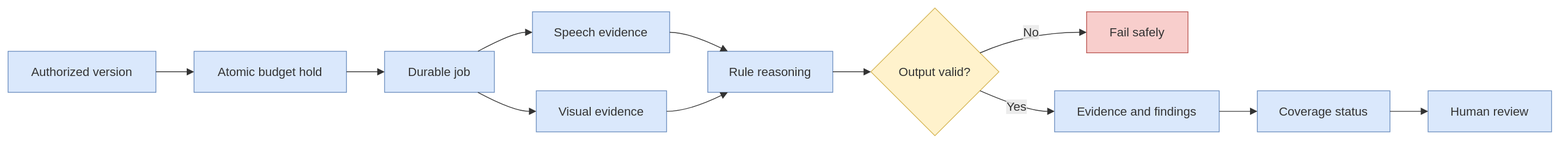
The draw.io diagram docs/diagrams/06-check-pipeline.drawio.svg in Alivestars24/Vouch, before a commit. Source tidied: cells renumbered, new cells last; positions are measured from the earlier drawing's top-left corner, leaving out a move shared by most shapes. The source it was exported from:
```xml
<mxGraphModel>
  <root>
    <mxCell id="0" />
    <mxCell id="1" parent="0" />
    <mxCell id="2" value="Authorized version" style="html=1;whiteSpace=wrap;strokeWidth=1;fillColor=#dae8fc;strokeColor=#6c8ebf;fontColor=light-dark(#333333,#cccccc);fontFamily=Trebuchet MS,Verdana,Arial,sans-serif;fontSize=16;" parent="1" vertex="1">
      <mxGeometry y="57" width="194" height="54" as="geometry" />
    </mxCell>
    <mxCell id="3" value="Atomic budget hold" style="html=1;whiteSpace=wrap;strokeWidth=1;fillColor=#dae8fc;strokeColor=#6c8ebf;fontColor=light-dark(#333333,#cccccc);fontFamily=Trebuchet MS,Verdana,Arial,sans-serif;fontSize=16;" parent="1" vertex="1">
      <mxGeometry x="244" y="57" width="200" height="54" as="geometry" />
    </mxCell>
    <mxCell id="4" value="Durable job" style="html=1;whiteSpace=wrap;strokeWidth=1;fillColor=#dae8fc;strokeColor=#6c8ebf;fontColor=light-dark(#333333,#cccccc);fontFamily=Trebuchet MS,Verdana,Arial,sans-serif;fontSize=16;" parent="1" vertex="1">
      <mxGeometry x="494" y="57" width="144" height="54" as="geometry" />
    </mxCell>
    <mxCell id="5" value="Speech evidence" style="html=1;whiteSpace=wrap;strokeWidth=1;fillColor=#dae8fc;strokeColor=#6c8ebf;fontColor=light-dark(#333333,#cccccc);fontFamily=Trebuchet MS,Verdana,Arial,sans-serif;fontSize=16;" parent="1" vertex="1">
      <mxGeometry x="688" y="5" width="180" height="54" as="geometry" />
    </mxCell>
    <mxCell id="6" value="Visual evidence" style="html=1;whiteSpace=wrap;strokeWidth=1;fillColor=#dae8fc;strokeColor=#6c8ebf;fontColor=light-dark(#333333,#cccccc);fontFamily=Trebuchet MS,Verdana,Arial,sans-serif;fontSize=16;" parent="1" vertex="1">
      <mxGeometry x="693" y="109" width="171" height="54" as="geometry" />
    </mxCell>
    <mxCell id="7" value="Rule reasoning" style="html=1;whiteSpace=wrap;strokeWidth=1;fillColor=#dae8fc;strokeColor=#6c8ebf;fontColor=light-dark(#333333,#cccccc);fontFamily=Trebuchet MS,Verdana,Arial,sans-serif;fontSize=16;" parent="1" vertex="1">
      <mxGeometry x="918" y="57" width="164" height="54" as="geometry" />
    </mxCell>
    <mxCell id="8" value="Output valid?" style="rhombus;html=1;strokeWidth=1;whiteSpace=wrap;fillColor=#fff2cc;strokeColor=#d6b656;fontColor=light-dark(#333333,#cccccc);fontFamily=Trebuchet MS,Verdana,Arial,sans-serif;fontSize=16;" parent="1" vertex="1">
      <mxGeometry x="1132" width="168" height="168" as="geometry" />
    </mxCell>
    <mxCell id="9" value="Fail safely" style="html=1;whiteSpace=wrap;strokeWidth=1;fillColor=#f8cecc;strokeColor=#b85450;fontColor=light-dark(#333333,#cccccc);fontFamily=Trebuchet MS,Verdana,Arial,sans-serif;fontSize=16;" parent="1" vertex="1">
      <mxGeometry x="1415" y="5" width="133" height="54" as="geometry" />
    </mxCell>
    <mxCell id="10" value="Evidence and findings" style="html=1;whiteSpace=wrap;strokeWidth=1;fillColor=#dae8fc;strokeColor=#6c8ebf;fontColor=light-dark(#333333,#cccccc);fontFamily=Trebuchet MS,Verdana,Arial,sans-serif;fontSize=16;" parent="1" vertex="1">
      <mxGeometry x="1373" y="109" width="216" height="54" as="geometry" />
    </mxCell>
    <mxCell id="11" value="Coverage status" style="html=1;whiteSpace=wrap;strokeWidth=1;fillColor=#dae8fc;strokeColor=#6c8ebf;fontColor=light-dark(#333333,#cccccc);fontFamily=Trebuchet MS,Verdana,Arial,sans-serif;fontSize=16;" parent="1" vertex="1">
      <mxGeometry x="1639" y="109" width="174" height="54" as="geometry" />
    </mxCell>
    <mxCell id="12" value="Human review" style="html=1;whiteSpace=wrap;strokeWidth=1;fillColor=#dae8fc;strokeColor=#6c8ebf;fontColor=light-dark(#333333,#cccccc);fontFamily=Trebuchet MS,Verdana,Arial,sans-serif;fontSize=16;" parent="1" vertex="1">
      <mxGeometry x="1863" y="109" width="162" height="54" as="geometry" />
    </mxCell>
    <mxCell id="13" style="curved=1;startArrow=none;endArrow=block;endSize=7;strokeColor=light-dark(#333333,#cccccc);exitX=1;exitY=0.5;entryX=0;entryY=0.5;" parent="1" edge="1" source="2" target="3">
      <mxGeometry relative="1" as="geometry" />
    </mxCell>
    <mxCell id="14" style="curved=1;startArrow=none;endArrow=block;endSize=7;strokeColor=light-dark(#333333,#cccccc);exitX=1;exitY=0.5;entryX=0;entryY=0.5;" parent="1" edge="1" source="3" target="4">
      <mxGeometry relative="1" as="geometry" />
    </mxCell>
    <mxCell id="15" style="curved=1;startArrow=none;endArrow=block;endSize=7;strokeColor=light-dark(#333333,#cccccc);exitX=0.85;exitY=0;entryX=0;entryY=0.5;" parent="1" edge="1" source="4" target="5">
      <mxGeometry relative="1" as="geometry">
        <Array as="points">
          <mxPoint x="663" y="32" />
        </Array>
      </mxGeometry>
    </mxCell>
    <mxCell id="16" style="curved=1;startArrow=none;endArrow=block;endSize=7;strokeColor=light-dark(#333333,#cccccc);exitX=0.85;exitY=1;entryX=0;entryY=0.5;" parent="1" edge="1" source="4" target="6">
      <mxGeometry relative="1" as="geometry">
        <Array as="points">
          <mxPoint x="663" y="136" />
        </Array>
      </mxGeometry>
    </mxCell>
    <mxCell id="17" style="curved=1;startArrow=none;endArrow=block;endSize=7;strokeColor=light-dark(#333333,#cccccc);exitX=1;exitY=0.5;entryX=0.16;entryY=0;" parent="1" edge="1" source="5" target="7">
      <mxGeometry relative="1" as="geometry">
        <Array as="points">
          <mxPoint x="893" y="32" />
        </Array>
      </mxGeometry>
    </mxCell>
    <mxCell id="18" style="curved=1;startArrow=none;endArrow=block;endSize=7;strokeColor=light-dark(#333333,#cccccc);exitX=1;exitY=0.5;entryX=0.16;entryY=1;" parent="1" edge="1" source="6" target="7">
      <mxGeometry relative="1" as="geometry">
        <Array as="points">
          <mxPoint x="893" y="136" />
        </Array>
      </mxGeometry>
    </mxCell>
    <mxCell id="19" style="curved=1;startArrow=none;endArrow=block;endSize=7;strokeColor=light-dark(#333333,#cccccc);exitX=1;exitY=0.5;entryX=0;entryY=0.5;" parent="1" edge="1" source="7" target="8">
      <mxGeometry relative="1" as="geometry" />
    </mxCell>
    <mxCell id="20" value="No" style="curved=1;startArrow=none;endArrow=block;endSize=7;strokeColor=light-dark(#333333,#cccccc);html=1;fontSize=16;labelBackgroundColor=light-dark(#E8E8E88D,#2a2a2a8D);fontFamily=Trebuchet MS,Verdana,Arial,sans-serif;fontColor=light-dark(#333333,#cccccc);exitX=1;exitY=0.29;entryX=0;entryY=0.5;" parent="1" edge="1" source="8" target="9">
      <mxGeometry relative="1" as="geometry">
        <Array as="points">
          <mxPoint x="1337" y="32" />
        </Array>
      </mxGeometry>
    </mxCell>
    <mxCell id="21" value="Yes" style="curved=1;startArrow=none;endArrow=block;endSize=7;strokeColor=light-dark(#333333,#cccccc);html=1;fontSize=16;labelBackgroundColor=light-dark(#E8E8E88D,#2a2a2a8D);fontFamily=Trebuchet MS,Verdana,Arial,sans-serif;fontColor=light-dark(#333333,#cccccc);exitX=1;exitY=0.71;entryX=0;entryY=0.5;" parent="1" edge="1" source="8" target="10">
      <mxGeometry relative="1" as="geometry">
        <Array as="points">
          <mxPoint x="1337" y="136" />
        </Array>
      </mxGeometry>
    </mxCell>
    <mxCell id="22" style="curved=1;startArrow=none;endArrow=block;endSize=7;strokeColor=light-dark(#333333,#cccccc);exitX=1;exitY=0.5;entryX=0;entryY=0.5;" parent="1" edge="1" source="10" target="11">
      <mxGeometry relative="1" as="geometry" />
    </mxCell>
    <mxCell id="23" style="curved=1;startArrow=none;endArrow=block;endSize=7;strokeColor=light-dark(#333333,#cccccc);exitX=1;exitY=0.5;entryX=0;entryY=0.5;" parent="1" edge="1" source="11" target="12">
      <mxGeometry relative="1" as="geometry" />
    </mxCell>
  </root>
</mxGraphModel>
```
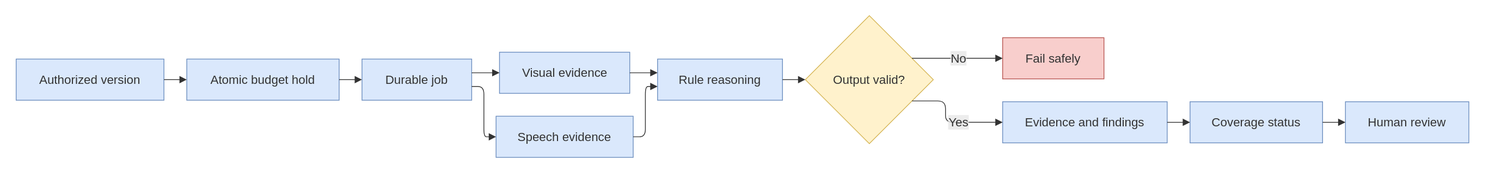
Above is the later version.

The edit, as a diff of the source:
```diff
@@ -3,94 +3,119 @@
     <mxCell id="0" />
     <mxCell id="1" parent="0" />
     <mxCell id="2" value="Authorized version" style="html=1;whiteSpace=wrap;strokeWidth=1;fillColor=#dae8fc;strokeColor=#6c8ebf;fontColor=light-dark(#333333,#cccccc);fontFamily=Trebuchet MS,Verdana,Arial,sans-serif;fontSize=16;" parent="1" vertex="1">
-      <mxGeometry y="57" width="194" height="54" as="geometry" />
+      <mxGeometry x="4" y="61" width="194" height="54" as="geometry" />
     </mxCell>
     <mxCell id="3" value="Atomic budget hold" style="html=1;whiteSpace=wrap;strokeWidth=1;fillColor=#dae8fc;strokeColor=#6c8ebf;fontColor=light-dark(#333333,#cccccc);fontFamily=Trebuchet MS,Verdana,Arial,sans-serif;fontSize=16;" parent="1" vertex="1">
-      <mxGeometry x="244" y="57" width="200" height="54" as="geometry" />
+      <mxGeometry x="228" y="61" width="200" height="54" as="geometry" />
     </mxCell>
     <mxCell id="4" value="Durable job" style="html=1;whiteSpace=wrap;strokeWidth=1;fillColor=#dae8fc;strokeColor=#6c8ebf;fontColor=light-dark(#333333,#cccccc);fontFamily=Trebuchet MS,Verdana,Arial,sans-serif;fontSize=16;" parent="1" vertex="1">
-      <mxGeometry x="494" y="57" width="144" height="54" as="geometry" />
+      <mxGeometry x="458" y="61" width="144" height="54" as="geometry" />
     </mxCell>
     <mxCell id="5" value="Speech evidence" style="html=1;whiteSpace=wrap;strokeWidth=1;fillColor=#dae8fc;strokeColor=#6c8ebf;fontColor=light-dark(#333333,#cccccc);fontFamily=Trebuchet MS,Verdana,Arial,sans-serif;fontSize=16;" parent="1" vertex="1">
-      <mxGeometry x="688" y="5" width="180" height="54" as="geometry" />
+      <mxGeometry x="634" y="136" width="180" height="54" as="geometry" />
     </mxCell>
     <mxCell id="6" value="Visual evidence" style="html=1;whiteSpace=wrap;strokeWidth=1;fillColor=#dae8fc;strokeColor=#6c8ebf;fontColor=light-dark(#333333,#cccccc);fontFamily=Trebuchet MS,Verdana,Arial,sans-serif;fontSize=16;" parent="1" vertex="1">
-      <mxGeometry x="693" y="109" width="171" height="54" as="geometry" />
+      <mxGeometry x="638.5" y="52" width="171" height="54" as="geometry" />
     </mxCell>
     <mxCell id="7" value="Rule reasoning" style="html=1;whiteSpace=wrap;strokeWidth=1;fillColor=#dae8fc;strokeColor=#6c8ebf;fontColor=light-dark(#333333,#cccccc);fontFamily=Trebuchet MS,Verdana,Arial,sans-serif;fontSize=16;" parent="1" vertex="1">
-      <mxGeometry x="918" y="57" width="164" height="54" as="geometry" />
+      <mxGeometry x="846" y="61" width="164" height="54" as="geometry" />
     </mxCell>
     <mxCell id="8" value="Output valid?" style="rhombus;html=1;strokeWidth=1;whiteSpace=wrap;fillColor=#fff2cc;strokeColor=#d6b656;fontColor=light-dark(#333333,#cccccc);fontFamily=Trebuchet MS,Verdana,Arial,sans-serif;fontSize=16;" parent="1" vertex="1">
-      <mxGeometry x="1132" width="168" height="168" as="geometry" />
+      <mxGeometry x="1040" y="4" width="168" height="168" as="geometry" />
     </mxCell>
     <mxCell id="9" value="Fail safely" style="html=1;whiteSpace=wrap;strokeWidth=1;fillColor=#f8cecc;strokeColor=#b85450;fontColor=light-dark(#333333,#cccccc);fontFamily=Trebuchet MS,Verdana,Arial,sans-serif;fontSize=16;" parent="1" vertex="1">
-      <mxGeometry x="1415" y="5" width="133" height="54" as="geometry" />
+      <mxGeometry x="1299" y="33" width="133" height="54" as="geometry" />
     </mxCell>
     <mxCell id="10" value="Evidence and findings" style="html=1;whiteSpace=wrap;strokeWidth=1;fillColor=#dae8fc;strokeColor=#6c8ebf;fontColor=light-dark(#333333,#cccccc);fontFamily=Trebuchet MS,Verdana,Arial,sans-serif;fontSize=16;" parent="1" vertex="1">
-      <mxGeometry x="1373" y="109" width="216" height="54" as="geometry" />
+      <mxGeometry x="1299" y="117" width="216" height="54" as="geometry" />
     </mxCell>
     <mxCell id="11" value="Coverage status" style="html=1;whiteSpace=wrap;strokeWidth=1;fillColor=#dae8fc;strokeColor=#6c8ebf;fontColor=light-dark(#333333,#cccccc);fontFamily=Trebuchet MS,Verdana,Arial,sans-serif;fontSize=16;" parent="1" vertex="1">
-      <mxGeometry x="1639" y="109" width="174" height="54" as="geometry" />
+      <mxGeometry x="1545" y="117" width="174" height="54" as="geometry" />
     </mxCell>
     <mxCell id="12" value="Human review" style="html=1;whiteSpace=wrap;strokeWidth=1;fillColor=#dae8fc;strokeColor=#6c8ebf;fontColor=light-dark(#333333,#cccccc);fontFamily=Trebuchet MS,Verdana,Arial,sans-serif;fontSize=16;" parent="1" vertex="1">
-      <mxGeometry x="1863" y="109" width="162" height="54" as="geometry" />
+      <mxGeometry x="1749" y="117" width="162" height="54" as="geometry" />
     </mxCell>
-    <mxCell id="13" style="curved=1;startArrow=none;endArrow=block;endSize=7;strokeColor=light-dark(#333333,#cccccc);exitX=1;exitY=0.5;entryX=0;entryY=0.5;" parent="1" edge="1" source="2" target="3">
-      <mxGeometry relative="1" as="geometry" />
+    <mxCell id="13" style="curved=0;startArrow=none;endArrow=block;endSize=7;strokeColor=light-dark(#333333,#cccccc);edgeStyle=orthogonalEdgeStyle;rounded=1;exitX=1;exitY=0.5;entryX=0;entryY=0.5;" parent="1" edge="1" source="2" target="3">
+      <mxGeometry relative="1" as="geometry">
+        <Array as="points">
+          <mxPoint x="213" y="88" />
+        </Array>
+      </mxGeometry>
     </mxCell>
-    <mxCell id="14" style="curved=1;startArrow=none;endArrow=block;endSize=7;strokeColor=light-dark(#333333,#cccccc);exitX=1;exitY=0.5;entryX=0;entryY=0.5;" parent="1" edge="1" source="3" target="4">
-      <mxGeometry relative="1" as="geometry" />
+    <mxCell id="14" style="curved=0;startArrow=none;endArrow=block;endSize=7;strokeColor=light-dark(#333333,#cccccc);edgeStyle=orthogonalEdgeStyle;rounded=1;exitX=1;exitY=0.5;entryX=0;entryY=0.5;" parent="1" edge="1" source="3" target="4">
+      <mxGeometry relative="1" as="geometry">
+        <Array as="points">
+          <mxPoint x="443" y="88" />
+        </Array>
+      </mxGeometry>
     </mxCell>
-    <mxCell id="15" style="curved=1;startArrow=none;endArrow=block;endSize=7;strokeColor=light-dark(#333333,#cccccc);exitX=0.85;exitY=0;entryX=0;entryY=0.5;" parent="1" edge="1" source="4" target="5">
+    <mxCell id="15" style="curved=0;startArrow=none;endArrow=block;endSize=7;strokeColor=light-dark(#333333,#cccccc);edgeStyle=orthogonalEdgeStyle;rounded=1;exitX=1;exitY=0.6667;entryX=0;entryY=0.5;" parent="1" edge="1" source="4" target="5">
       <mxGeometry relative="1" as="geometry">
         <Array as="points">
-          <mxPoint x="663" y="32" />
+          <mxPoint x="618" y="97" />
+          <mxPoint x="618" y="163" />
         </Array>
       </mxGeometry>
     </mxCell>
-    <mxCell id="16" style="curved=1;startArrow=none;endArrow=block;endSize=7;strokeColor=light-dark(#333333,#cccccc);exitX=0.85;exitY=1;entryX=0;entryY=0.5;" parent="1" edge="1" source="4" target="6">
+    <mxCell id="16" style="curved=0;startArrow=none;endArrow=block;endSize=7;strokeColor=light-dark(#333333,#cccccc);edgeStyle=orthogonalEdgeStyle;rounded=1;exitX=1;exitY=0.3333;entryX=0;entryY=0.5;" parent="1" edge="1" source="4" target="6">
       <mxGeometry relative="1" as="geometry">
         <Array as="points">
-          <mxPoint x="663" y="136" />
+          <mxPoint x="620.2" y="79" />
         </Array>
       </mxGeometry>
     </mxCell>
-    <mxCell id="17" style="curved=1;startArrow=none;endArrow=block;endSize=7;strokeColor=light-dark(#333333,#cccccc);exitX=1;exitY=0.5;entryX=0.16;entryY=0;" parent="1" edge="1" source="5" target="7">
+    <mxCell id="17" style="curved=0;startArrow=none;endArrow=block;endSize=7;strokeColor=light-dark(#333333,#cccccc);edgeStyle=orthogonalEdgeStyle;rounded=1;exitX=1;exitY=0.5;entryX=0;entryY=0.6667;" parent="1" edge="1" source="5" target="7">
       <mxGeometry relative="1" as="geometry">
         <Array as="points">
-          <mxPoint x="893" y="32" />
+          <mxPoint x="830" y="163" />
+          <mxPoint x="830" y="97" />
         </Array>
       </mxGeometry>
     </mxCell>
-    <mxCell id="18" style="curved=1;startArrow=none;endArrow=block;endSize=7;strokeColor=light-dark(#333333,#cccccc);exitX=1;exitY=0.5;entryX=0.16;entryY=1;" parent="1" edge="1" source="6" target="7">
+    <mxCell id="18" style="curved=0;startArrow=none;endArrow=block;endSize=7;strokeColor=light-dark(#333333,#cccccc);edgeStyle=orthogonalEdgeStyle;rounded=1;exitX=1;exitY=0.5;entryX=0;entryY=0.3333;" parent="1" edge="1" source="6" target="7">
       <mxGeometry relative="1" as="geometry">
         <Array as="points">
-          <mxPoint x="893" y="136" />
+          <mxPoint x="827.8" y="79" />
         </Array>
       </mxGeometry>
     </mxCell>
-    <mxCell id="19" style="curved=1;startArrow=none;endArrow=block;endSize=7;strokeColor=light-dark(#333333,#cccccc);exitX=1;exitY=0.5;entryX=0;entryY=0.5;" parent="1" edge="1" source="7" target="8">
-      <mxGeometry relative="1" as="geometry" />
+    <mxCell id="19" style="curved=0;startArrow=none;endArrow=block;endSize=7;strokeColor=light-dark(#333333,#cccccc);edgeStyle=orthogonalEdgeStyle;rounded=1;exitX=1;exitY=0.5;entryX=0;entryY=0.5;" parent="1" edge="1" source="7" target="8">
+      <mxGeometry relative="1" as="geometry">
+        <Array as="points">
+          <mxPoint x="1025" y="88" />
+        </Array>
+      </mxGeometry>
     </mxCell>
-    <mxCell id="20" value="No" style="curved=1;startArrow=none;endArrow=block;endSize=7;strokeColor=light-dark(#333333,#cccccc);html=1;fontSize=16;labelBackgroundColor=light-dark(#E8E8E88D,#2a2a2a8D);fontFamily=Trebuchet MS,Verdana,Arial,sans-serif;fontColor=light-dark(#333333,#cccccc);exitX=1;exitY=0.29;entryX=0;entryY=0.5;" parent="1" edge="1" source="8" target="9">
+    <mxCell id="20" value="No" style="curved=0;startArrow=none;endArrow=block;endSize=7;strokeColor=light-dark(#333333,#cccccc);html=1;fontSize=16;labelBackgroundColor=light-dark(#E8E8E88D,#2a2a2a8D);fontFamily=Trebuchet MS,Verdana,Arial,sans-serif;fontColor=light-dark(#333333,#cccccc);edgeStyle=orthogonalEdgeStyle;rounded=1;exitX=0.8333;exitY=0.3333;entryX=0;entryY=0.5;" parent="1" edge="1" source="8" target="9">
       <mxGeometry relative="1" as="geometry">
         <Array as="points">
-          <mxPoint x="1337" y="32" />
+          <mxPoint x="1253.5" y="60" />
         </Array>
+        <mxPoint x="1" as="offset" />
       </mxGeometry>
     </mxCell>
-    <mxCell id="21" value="Yes" style="curved=1;startArrow=none;endArrow=block;endSize=7;strokeColor=light-dark(#333333,#cccccc);html=1;fontSize=16;labelBackgroundColor=light-dark(#E8E8E88D,#2a2a2a8D);fontFamily=Trebuchet MS,Verdana,Arial,sans-serif;fontColor=light-dark(#333333,#cccccc);exitX=1;exitY=0.71;entryX=0;entryY=0.5;" parent="1" edge="1" source="8" target="10">
+    <mxCell id="21" value="Yes" style="curved=0;startArrow=none;endArrow=block;endSize=7;strokeColor=light-dark(#333333,#cccccc);html=1;fontSize=16;labelBackgroundColor=light-dark(#E8E8E88D,#2a2a2a8D);fontFamily=Trebuchet MS,Verdana,Arial,sans-serif;fontColor=light-dark(#333333,#cccccc);edgeStyle=orthogonalEdgeStyle;rounded=1;exitX=0.8333;exitY=0.6667;entryX=0;entryY=0.5;" parent="1" edge="1" source="8" target="10">
       <mxGeometry relative="1" as="geometry">
         <Array as="points">
-          <mxPoint x="1337" y="136" />
+          <mxPoint x="1224" y="116" />
+          <mxPoint x="1224" y="144" />
         </Array>
+        <mxPoint x="15" as="offset" />
       </mxGeometry>
     </mxCell>
-    <mxCell id="22" style="curved=1;startArrow=none;endArrow=block;endSize=7;strokeColor=light-dark(#333333,#cccccc);exitX=1;exitY=0.5;entryX=0;entryY=0.5;" parent="1" edge="1" source="10" target="11">
-      <mxGeometry relative="1" as="geometry" />
+    <mxCell id="22" style="curved=0;startArrow=none;endArrow=block;endSize=7;strokeColor=light-dark(#333333,#cccccc);edgeStyle=orthogonalEdgeStyle;rounded=1;exitX=1;exitY=0.5;entryX=0;entryY=0.5;" parent="1" edge="1" source="10" target="11">
+      <mxGeometry relative="1" as="geometry">
+        <Array as="points">
+          <mxPoint x="1530" y="144" />
+        </Array>
+      </mxGeometry>
     </mxCell>
-    <mxCell id="23" style="curved=1;startArrow=none;endArrow=block;endSize=7;strokeColor=light-dark(#333333,#cccccc);exitX=1;exitY=0.5;entryX=0;entryY=0.5;" parent="1" edge="1" source="11" target="12">
-      <mxGeometry relative="1" as="geometry" />
+    <mxCell id="23" style="curved=0;startArrow=none;endArrow=block;endSize=7;strokeColor=light-dark(#333333,#cccccc);edgeStyle=orthogonalEdgeStyle;rounded=1;exitX=1;exitY=0.5;entryX=0;entryY=0.5;" parent="1" edge="1" source="11" target="12">
+      <mxGeometry relative="1" as="geometry">
+        <Array as="points">
+          <mxPoint x="1734" y="144" />
+        </Array>
+      </mxGeometry>
     </mxCell>
   </root>
 </mxGraphModel>
```
